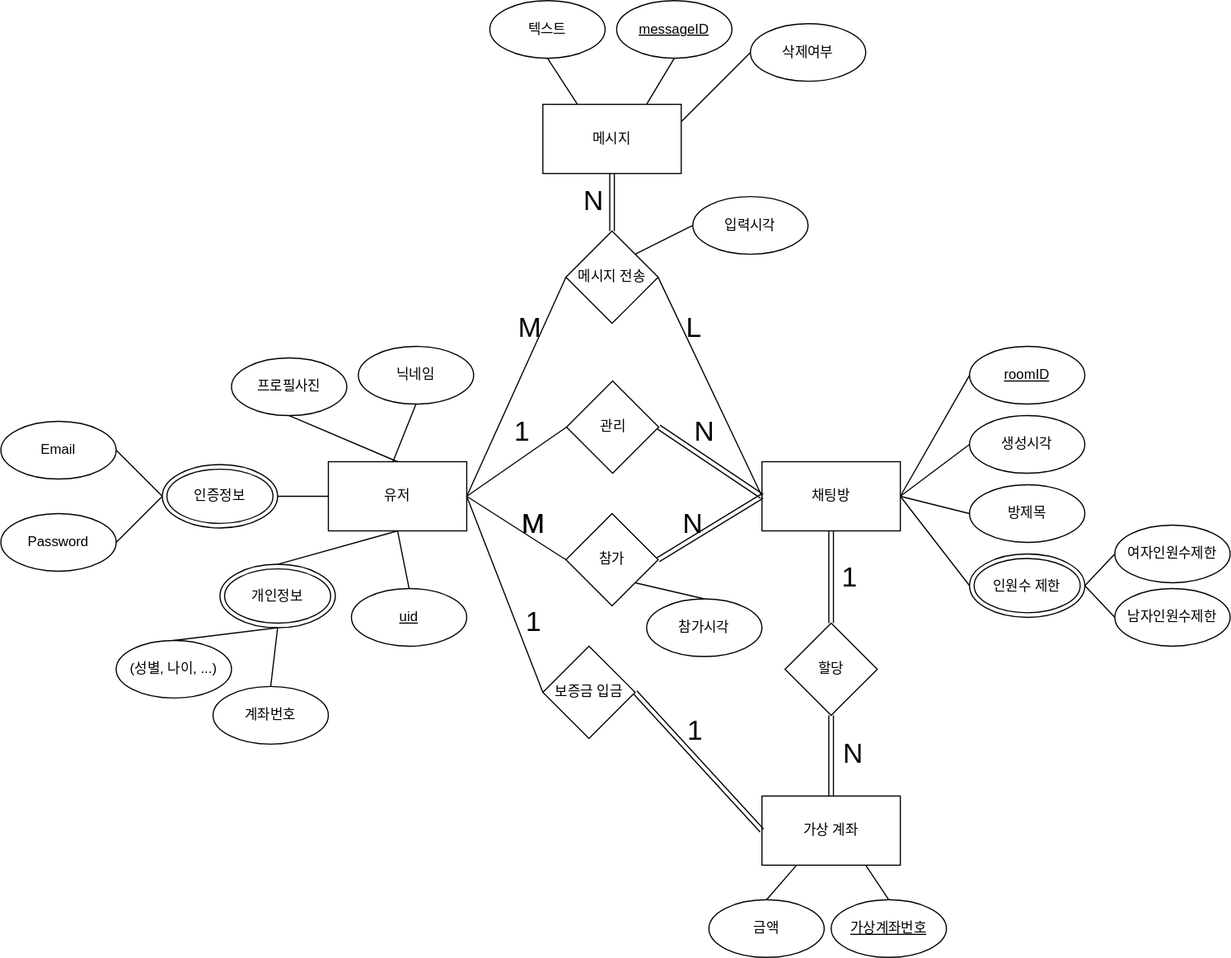
Above: diagrams/DB_conceptual_design.drawio.svg in RGB234/meeting_app (draw.io), before the change. Source tidied: cells renumbered, new cells last; positions are measured from the earlier drawing's top-left corner, leaving out a move shared by most shapes.
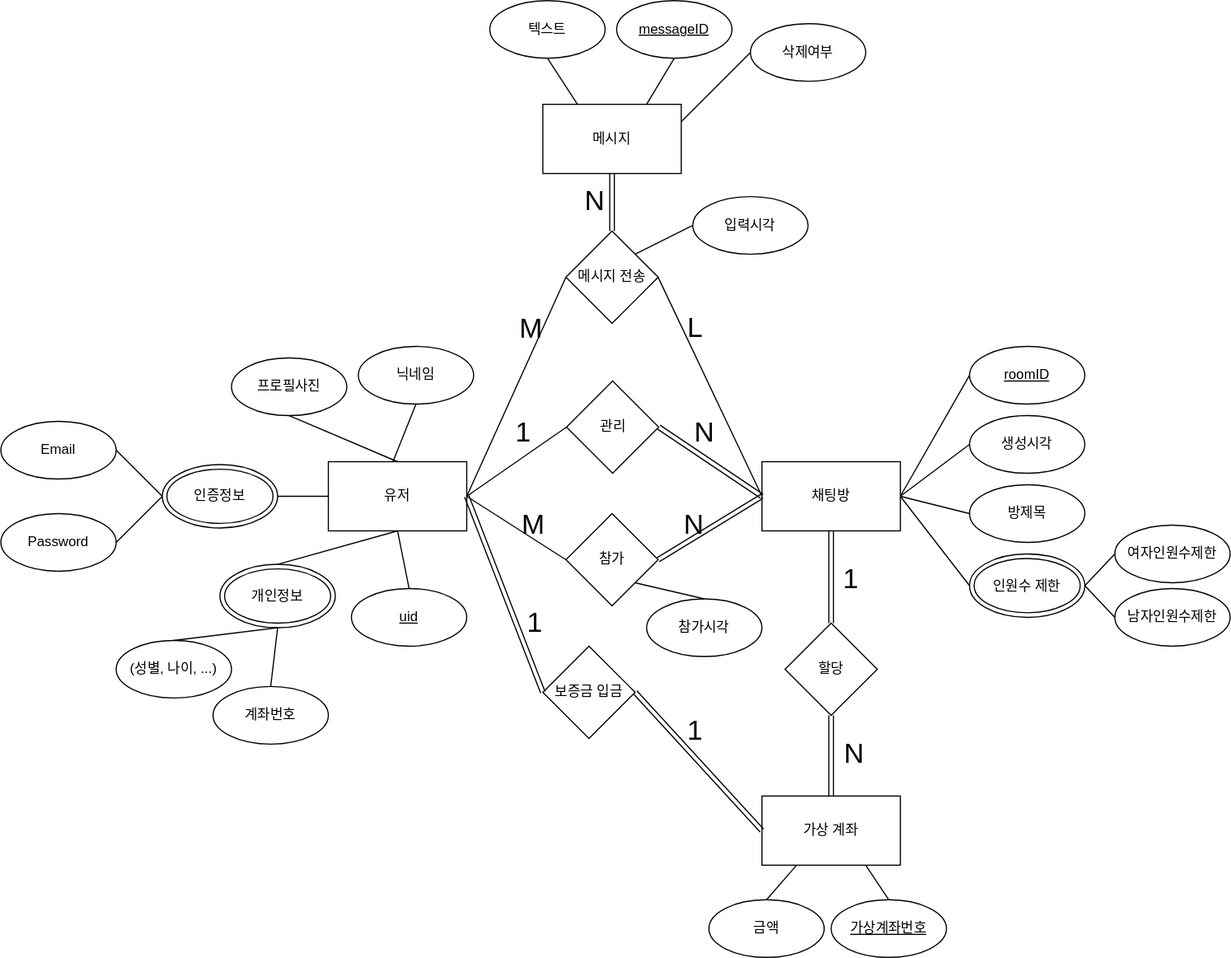
Above is the later version.

Diff of the diagram source:
```diff
@@ -238,14 +238,6 @@
     <mxCell id="73" style="endArrow=none;html=1;rounded=0;exitX=0.5;exitY=1;exitDx=0;exitDy=0;entryX=0.5;entryY=0;entryDx=0;entryDy=0;" parent="1" edge="1" source="9" target="72">
       <mxGeometry relative="1" as="geometry" />
     </mxCell>
-    <mxCell id="74" style="endArrow=none;html=1;rounded=0;exitX=1;exitY=0.5;exitDx=0;exitDy=0;entryX=0;entryY=0.5;entryDx=0;entryDy=0;" parent="1" edge="1" source="4" target="69">
-      <mxGeometry relative="1" as="geometry" />
-    </mxCell>
-    <mxCell id="75" value="&lt;font style=&quot;font-size: 24px;&quot;&gt;M&lt;/font&gt;" style="html=1;whiteSpace=wrap;align=left;verticalAlign=bottom;direction=south;" parent="74" vertex="1">
-      <mxGeometry x="-1" relative="1" as="geometry">
-        <mxPoint x="46" y="40" as="offset" />
-      </mxGeometry>
-    </mxCell>
     <mxCell id="76" style="shape=link;html=1;rounded=0;entryX=1;entryY=0.5;entryDx=0;entryDy=0;exitX=0;exitY=0.5;exitDx=0;exitDy=0;" parent="1" edge="1" source="64" target="69">
       <mxGeometry relative="1" as="geometry" />
     </mxCell>
@@ -257,5 +249,8 @@
     <mxCell id="78" value="1" style="html=1;whiteSpace=wrap;align=right;verticalAlign=bottom;fontSize=24;" parent="1" vertex="1">
       <mxGeometry x="470" y="555" as="geometry" />
     </mxCell>
+    <mxCell id="79" style="shape=link;html=1;rounded=0;entryX=1;entryY=0.5;entryDx=0;entryDy=0;exitX=0;exitY=0.5;exitDx=0;exitDy=0;" parent="1" edge="1" source="69" target="4">
+      <mxGeometry relative="1" as="geometry" />
+    </mxCell>
   </root>
 </mxGraphModel>
```
